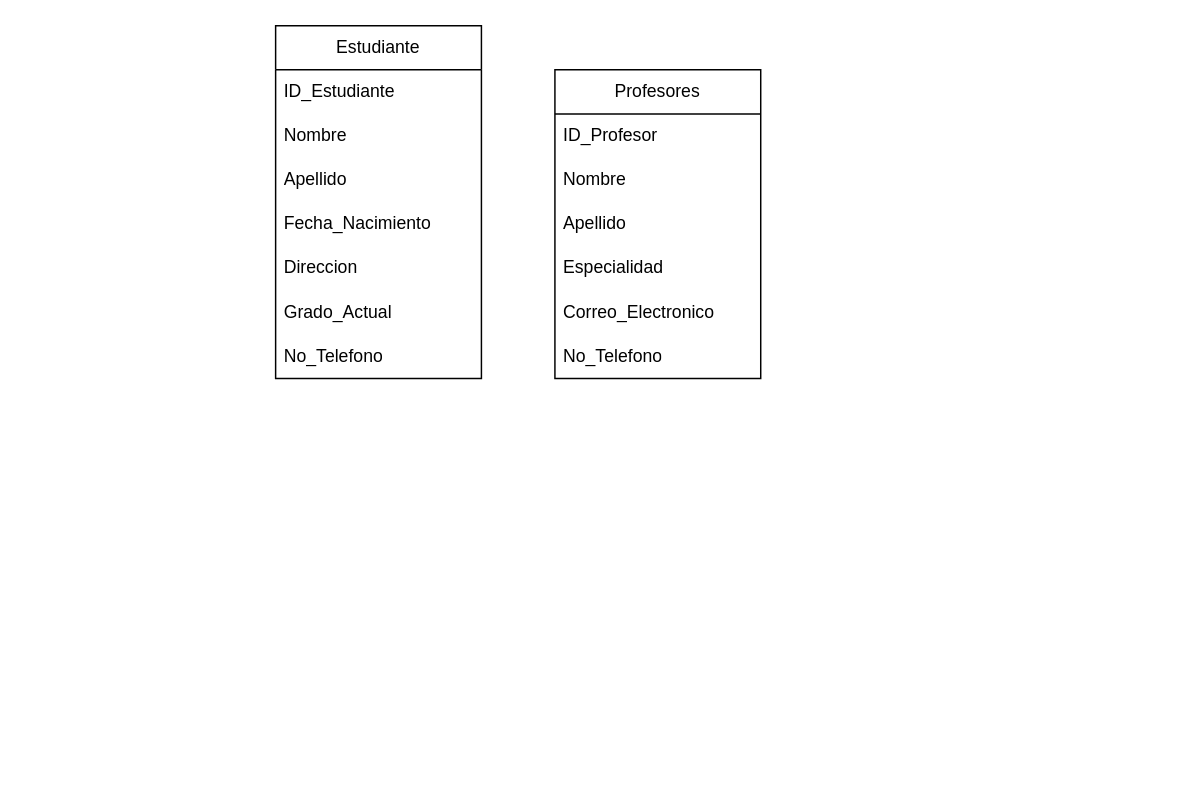
Before: lab/ejemplos-y-pruebas/pruebas-practica1.drawio in roldyoran/bases_de_datos_1, a draw.io diagram. Source tidied: cells renumbered, new cells numbered last; positions are measured from the earlier drawing's top-left corner, leaving out a move shared by most shapes. Both pictures are drawn from the tidied source at 147%, with x=0, y=0 at pixel (275, 25).
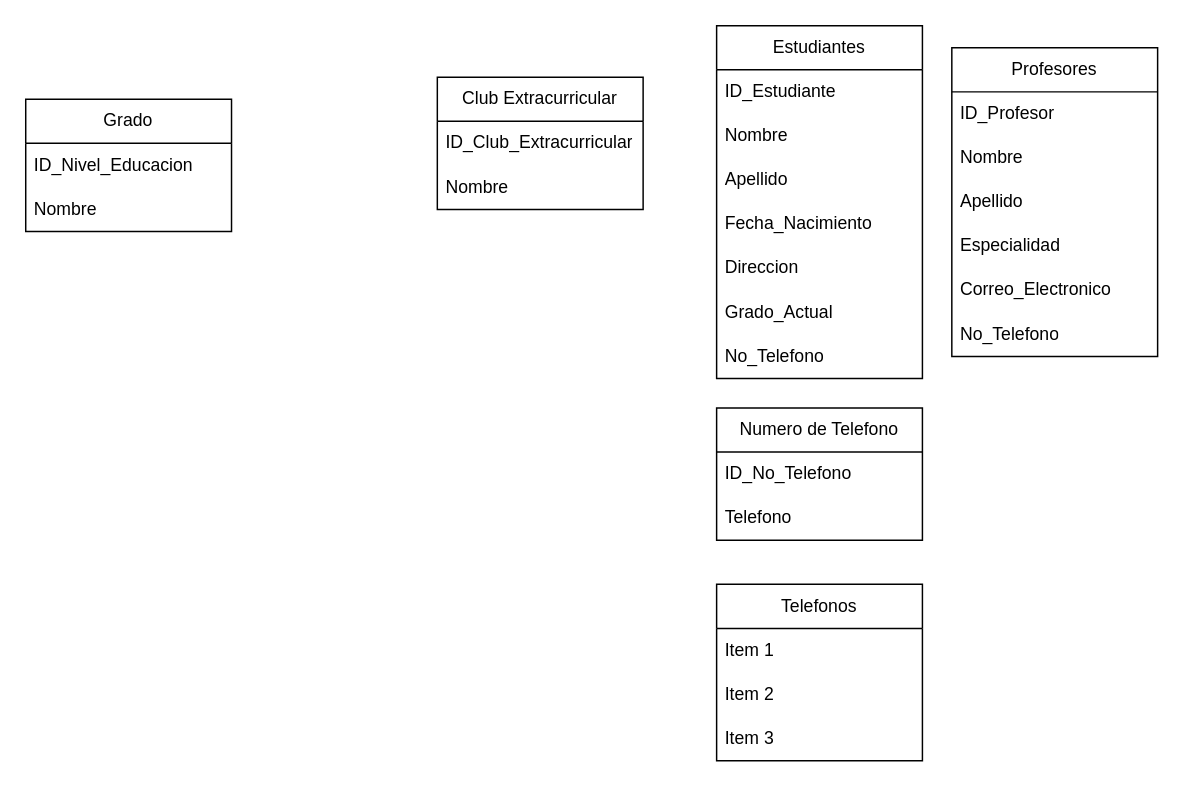
Above is the later version.

Diff of the diagram source:
```diff
@@
-    <mxCell id="2" value="Estudiante" style="swimlane;fontStyle=0;horizontal=1;startSize=30;whiteSpace=wrap;html=1;" parent="1" vertex="1">
-      <mxGeometry width="140" height="240" as="geometry" />
+    <mxCell id="2" value="Estudiantes" style="swimlane;fontStyle=0;horizontal=1;startSize=30;whiteSpace=wrap;html=1;" parent="1" vertex="1">
+      <mxGeometry x="300" width="140" height="240" as="geometry" />
     </mxCell>
@@
     <mxCell id="10" value="Profesores" style="swimlane;fontStyle=0;horizontal=1;startSize=30;whiteSpace=wrap;html=1;" parent="1" vertex="1">
-      <mxGeometry x="190" y="30" width="140" height="210" as="geometry" />
+      <mxGeometry x="460" y="15" width="140" height="210" as="geometry" />
     </mxCell>
@@
+    <mxCell id="17" value="Grado" style="swimlane;fontStyle=0;horizontal=1;startSize=30;whiteSpace=wrap;html=1;" parent="1" vertex="1">
+      <mxGeometry x="-170" y="50" width="140" height="90" as="geometry" />
+    </mxCell>
+    <mxCell id="18" value="ID_Nivel_Educacion" style="text;strokeColor=none;fillColor=none;align=left;verticalAlign=middle;spacingLeft=4;spacingRight=4;overflow=hidden;whiteSpace=wrap;html=1;" parent="17" vertex="1">
+      <mxGeometry y="30" width="140" height="30" as="geometry" />
+    </mxCell>
+    <mxCell id="19" value="Nombre" style="text;strokeColor=none;fillColor=none;align=left;verticalAlign=middle;spacingLeft=4;spacingRight=4;overflow=hidden;whiteSpace=wrap;html=1;" parent="17" vertex="1">
+      <mxGeometry y="60" width="140" height="30" as="geometry" />
+    </mxCell>
+    <mxCell id="20" value="Club Extracurricular" style="swimlane;fontStyle=0;horizontal=1;startSize=30;whiteSpace=wrap;html=1;" parent="1" vertex="1">
+      <mxGeometry x="110" y="35" width="140" height="90" as="geometry" />
+    </mxCell>
+    <mxCell id="21" value="ID_Club_Extracurricular" style="text;strokeColor=none;fillColor=none;align=left;verticalAlign=middle;spacingLeft=4;spacingRight=4;overflow=hidden;whiteSpace=wrap;html=1;" parent="20" vertex="1">
+      <mxGeometry y="30" width="140" height="30" as="geometry" />
+    </mxCell>
+    <mxCell id="22" value="Nombre" style="text;strokeColor=none;fillColor=none;align=left;verticalAlign=middle;spacingLeft=4;spacingRight=4;overflow=hidden;whiteSpace=wrap;html=1;" parent="20" vertex="1">
+      <mxGeometry y="60" width="140" height="30" as="geometry" />
+    </mxCell>
+    <mxCell id="23" value="Numero de Telefono" style="swimlane;fontStyle=0;horizontal=1;startSize=30;whiteSpace=wrap;html=1;" parent="1" vertex="1">
+      <mxGeometry x="300" y="260" width="140" height="90" as="geometry" />
+    </mxCell>
+    <mxCell id="24" value="ID_No_Telefono" style="text;strokeColor=none;fillColor=none;align=left;verticalAlign=middle;spacingLeft=4;spacingRight=4;overflow=hidden;whiteSpace=wrap;html=1;" parent="23" vertex="1">
+      <mxGeometry y="30" width="140" height="30" as="geometry" />
+    </mxCell>
+    <mxCell id="25" value="Telefono" style="text;strokeColor=none;fillColor=none;align=left;verticalAlign=middle;spacingLeft=4;spacingRight=4;overflow=hidden;whiteSpace=wrap;html=1;" parent="23" vertex="1">
+      <mxGeometry y="60" width="140" height="30" as="geometry" />
+    </mxCell>
+    <mxCell id="26" value="Telefonos" style="swimlane;fontStyle=0;horizontal=1;startSize=30;whiteSpace=wrap;html=1;" parent="1" vertex="1">
+      <mxGeometry x="300" y="380" width="140" height="120" as="geometry" />
+    </mxCell>
+    <mxCell id="27" value="Item 1" style="text;strokeColor=none;fillColor=none;align=left;verticalAlign=middle;spacingLeft=4;spacingRight=4;overflow=hidden;whiteSpace=wrap;html=1;" parent="26" vertex="1">
+      <mxGeometry y="30" width="140" height="30" as="geometry" />
+    </mxCell>
+    <mxCell id="28" value="Item 2" style="text;strokeColor=none;fillColor=none;align=left;verticalAlign=middle;spacingLeft=4;spacingRight=4;overflow=hidden;whiteSpace=wrap;html=1;" parent="26" vertex="1">
+      <mxGeometry y="60" width="140" height="30" as="geometry" />
+    </mxCell>
+    <mxCell id="29" value="Item 3" style="text;strokeColor=none;fillColor=none;align=left;verticalAlign=middle;spacingLeft=4;spacingRight=4;overflow=hidden;whiteSpace=wrap;html=1;" parent="26" vertex="1">
+      <mxGeometry y="90" width="140" height="30" as="geometry" />
+    </mxCell>
```
